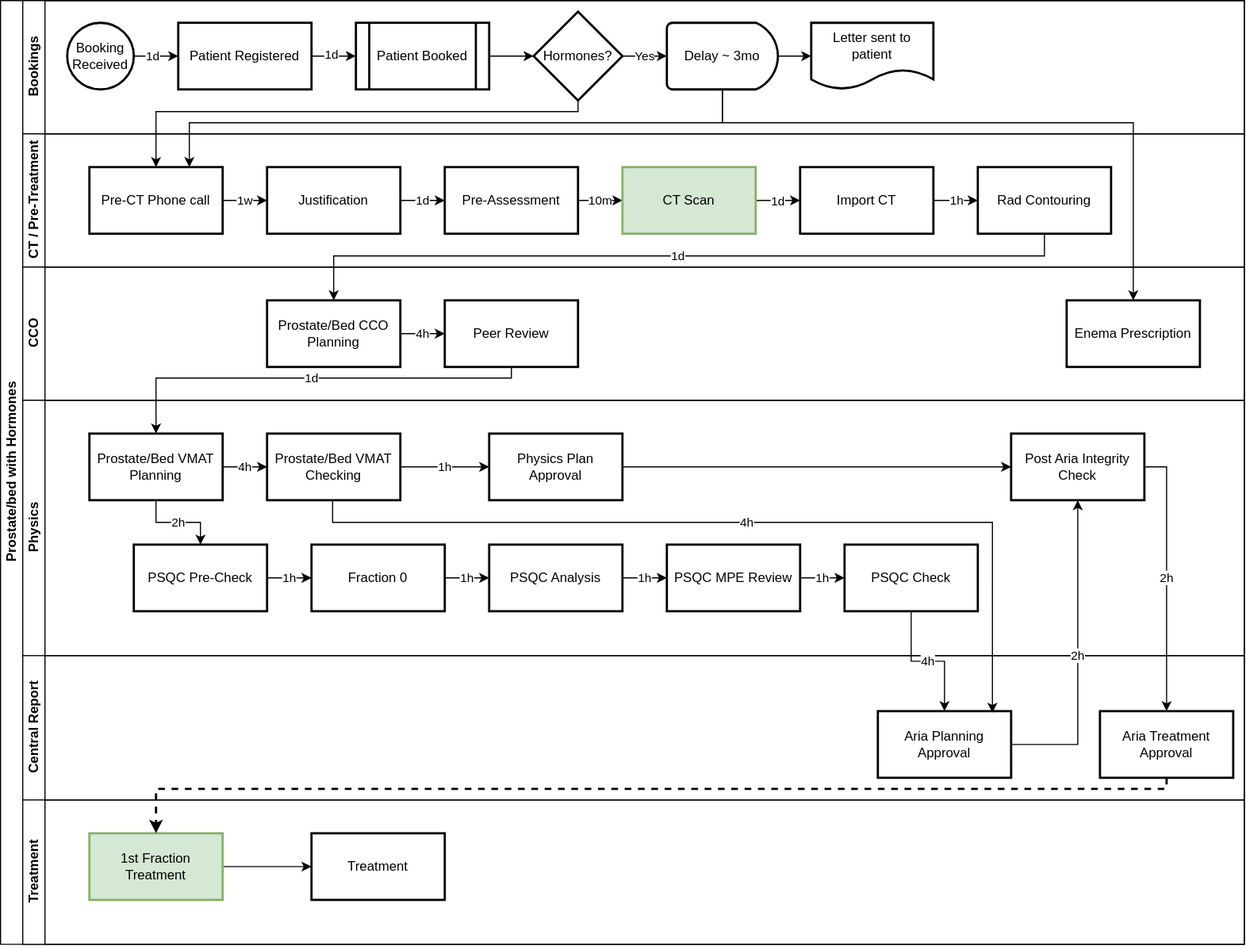
The draw.io diagram Assets/ProstateOnly_Hormone.svg in MCollins87/CarePathReview, before a commit. Source tidied: cells renumbered, new cells last; positions are measured from the earlier drawing's top-left corner, leaving out a move shared by most shapes.
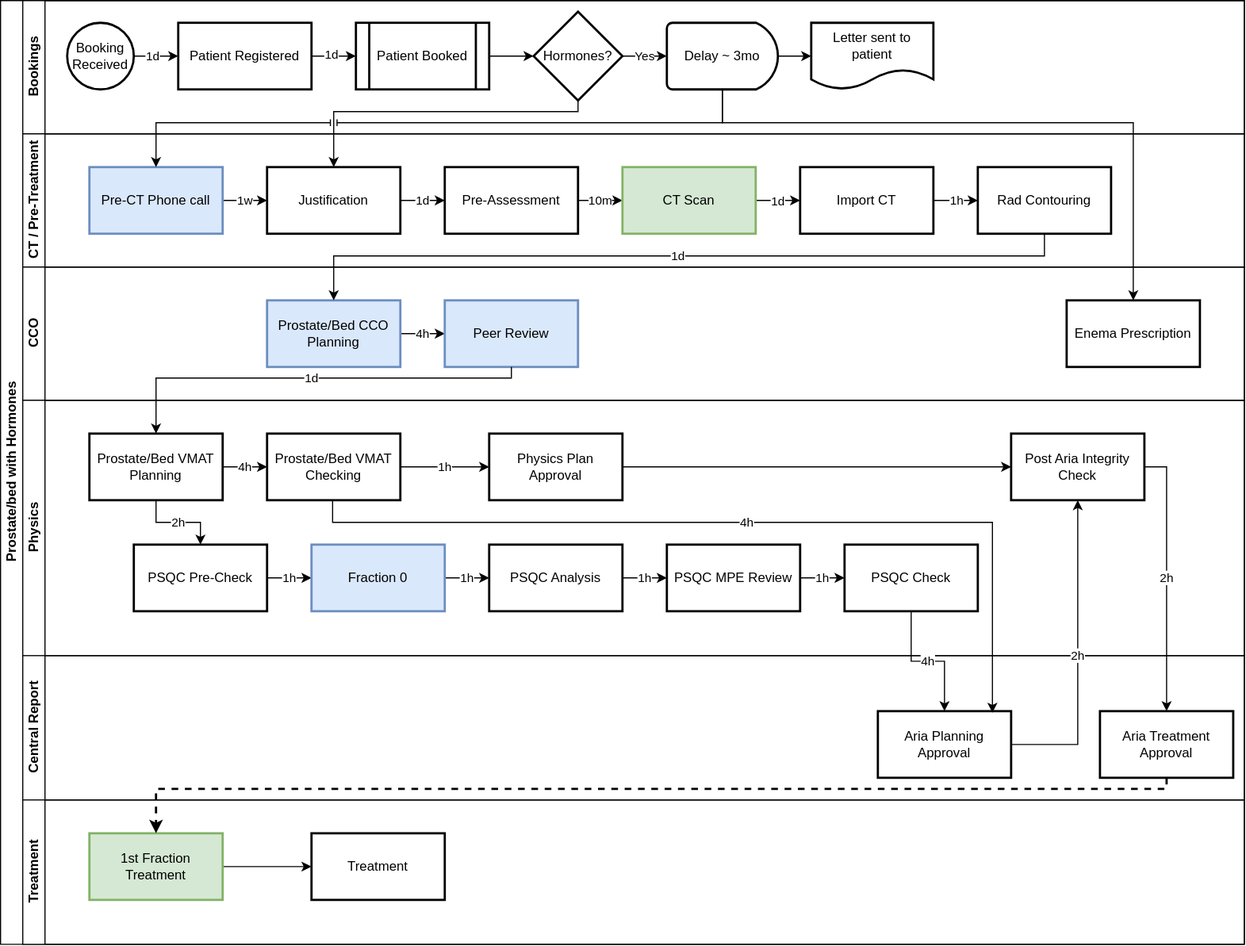
Later version of the same file.

What changed in the source:
```diff
@@ -53,7 +53,7 @@
     <mxCell id="18" value="1w" style="edgeStyle=orthogonalEdgeStyle;rounded=0;jettySize=auto;html=1;" parent="17" edge="1" source="19" target="21">
       <mxGeometry relative="1" as="geometry" />
     </mxCell>
-    <mxCell id="19" value="Pre-CT Phone call" style="whiteSpace=wrap;html=1;strokeWidth=2;" parent="17" vertex="1">
+    <mxCell id="19" value="Pre-CT Phone call" style="whiteSpace=wrap;html=1;strokeWidth=2;fillColor=#dae8fc;strokeColor=#6c8ebf;" parent="17" vertex="1">
       <mxGeometry x="60" y="30" width="120" height="60" as="geometry" />
     </mxCell>
     <mxCell id="20" value="1d" style="edgeStyle=orthogonalEdgeStyle;rounded=0;jettySize=auto;html=1;" parent="17" edge="1" source="21" target="23">
@@ -95,10 +95,10 @@
     <mxCell id="32" value="4h" style="edgeStyle=orthogonalEdgeStyle;rounded=0;jettySize=auto;html=1;" parent="31" edge="1" source="33" target="34">
       <mxGeometry relative="1" as="geometry" />
     </mxCell>
-    <mxCell id="33" value="Prostate/Bed CCO Planning" style="whiteSpace=wrap;html=1;strokeWidth=2;" parent="31" vertex="1">
+    <mxCell id="33" value="Prostate/Bed CCO Planning" style="whiteSpace=wrap;html=1;strokeWidth=2;fillColor=#dae8fc;strokeColor=#6c8ebf;" parent="31" vertex="1">
       <mxGeometry x="220" y="30" width="120" height="60" as="geometry" />
     </mxCell>
-    <mxCell id="34" value="Peer Review" style="whiteSpace=wrap;html=1;strokeWidth=2;" parent="31" vertex="1">
+    <mxCell id="34" value="Peer Review" style="whiteSpace=wrap;html=1;strokeWidth=2;fillColor=#dae8fc;strokeColor=#6c8ebf;" parent="31" vertex="1">
       <mxGeometry x="380" y="30" width="120" height="60" as="geometry" />
     </mxCell>
     <mxCell id="35" value="Enema Prescription" style="whiteSpace=wrap;html=1;strokeWidth=2;" parent="31" vertex="1">
@@ -131,7 +131,7 @@
     <mxCell id="44" value="1h" style="edgeStyle=orthogonalEdgeStyle;rounded=0;jettySize=auto;html=1;" parent="36" edge="1" source="45" target="47">
       <mxGeometry relative="1" as="geometry" />
     </mxCell>
-    <mxCell id="45" value="Fraction 0" style="whiteSpace=wrap;html=1;strokeWidth=2;" parent="36" vertex="1">
+    <mxCell id="45" value="Fraction 0" style="whiteSpace=wrap;html=1;strokeWidth=2;fillColor=#dae8fc;strokeColor=#6c8ebf;" parent="36" vertex="1">
       <mxGeometry x="260" y="130" width="120" height="60" as="geometry" />
     </mxCell>
     <mxCell id="46" value="1h" style="edgeStyle=orthogonalEdgeStyle;rounded=0;jettySize=auto;html=1;" parent="36" edge="1" source="47" target="49">
@@ -227,19 +227,19 @@
     <mxCell id="67" value="4h" style="edgeStyle=orthogonalEdgeStyle;rounded=0;jettySize=auto;html=1;exitX=0.5;exitY=1;exitDx=0;exitDy=0;entryX=0.5;entryY=0;entryDx=0;entryDy=0;" parent="2" edge="1" source="50" target="55">
       <mxGeometry relative="1" as="geometry" />
     </mxCell>
-    <mxCell id="68" style="edgeStyle=orthogonalEdgeStyle;rounded=0;jettySize=auto;html=1;exitX=0.5;exitY=1;exitDx=0;exitDy=0;exitPerimeter=0;entryX=0.5;entryY=0;entryDx=0;entryDy=0;" parent="2" edge="1" source="14" target="19">
+    <mxCell id="68" style="edgeStyle=orthogonalEdgeStyle;rounded=0;jettySize=auto;html=1;exitX=0.5;exitY=1;exitDx=0;exitDy=0;exitPerimeter=0;entryX=0.5;entryY=0;entryDx=0;entryDy=0;" parent="2" edge="1" source="14" target="21">
       <mxGeometry relative="1" as="geometry">
         <Array as="points">
           <mxPoint x="520" y="100" />
-          <mxPoint x="140" y="100" />
+          <mxPoint x="300" y="100" />
         </Array>
       </mxGeometry>
     </mxCell>
-    <mxCell id="69" style="edgeStyle=orthogonalEdgeStyle;rounded=0;jettySize=auto;html=1;exitX=0.5;exitY=1;exitDx=0;exitDy=0;exitPerimeter=0;entryX=0.75;entryY=0;entryDx=0;entryDy=0;" parent="2" edge="1" source="12" target="19">
+    <mxCell id="69" style="edgeStyle=orthogonalEdgeStyle;rounded=0;jettySize=auto;html=1;exitX=0.5;exitY=1;exitDx=0;exitDy=0;exitPerimeter=0;entryX=0.5;entryY=0;entryDx=0;entryDy=0;jumpStyle=line;" parent="2" edge="1" source="12" target="19">
       <mxGeometry relative="1" as="geometry">
         <Array as="points">
           <mxPoint x="650" y="110" />
-          <mxPoint x="170" y="110" />
+          <mxPoint x="140" y="110" />
         </Array>
       </mxGeometry>
     </mxCell>
```
